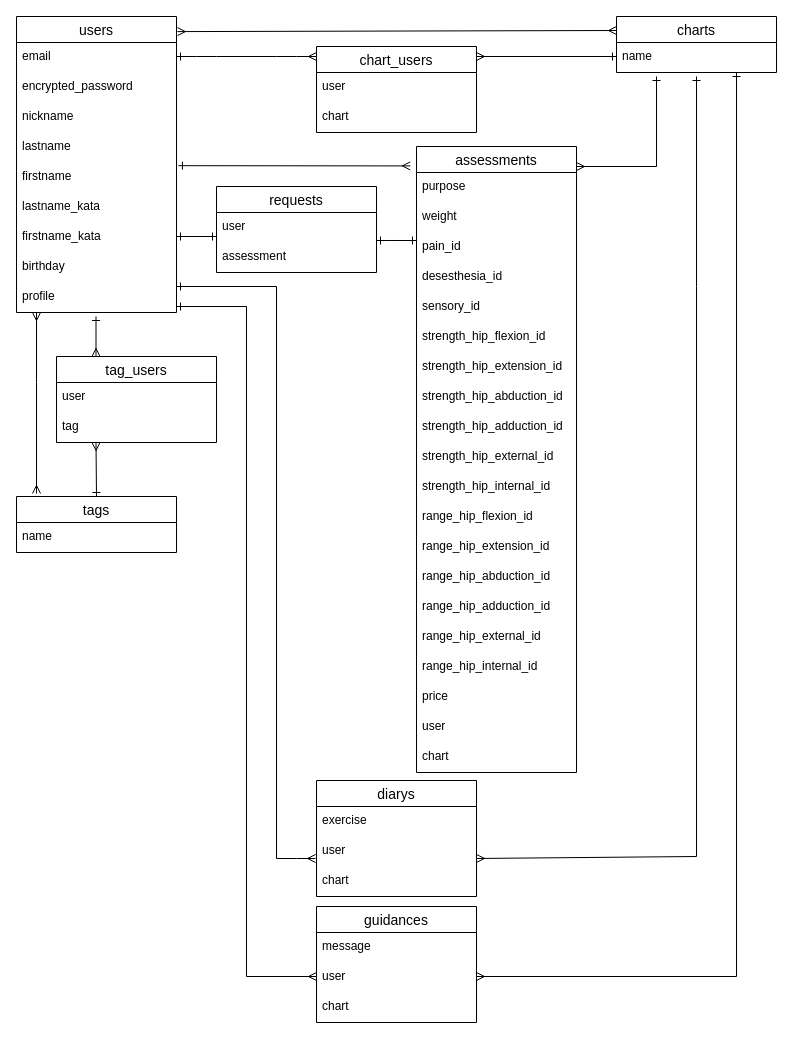
Earlier version of the draw.io diagram DBdesign.dio (kokmraoi/physical-plan). Source tidied: cells renumbered, new cells numbered last; positions are measured from the earlier drawing's top-left corner, leaving out a move shared by most shapes. Both pictures are drawn from the tidied source at 100%, with x=0, y=0 at pixel (16, 16).
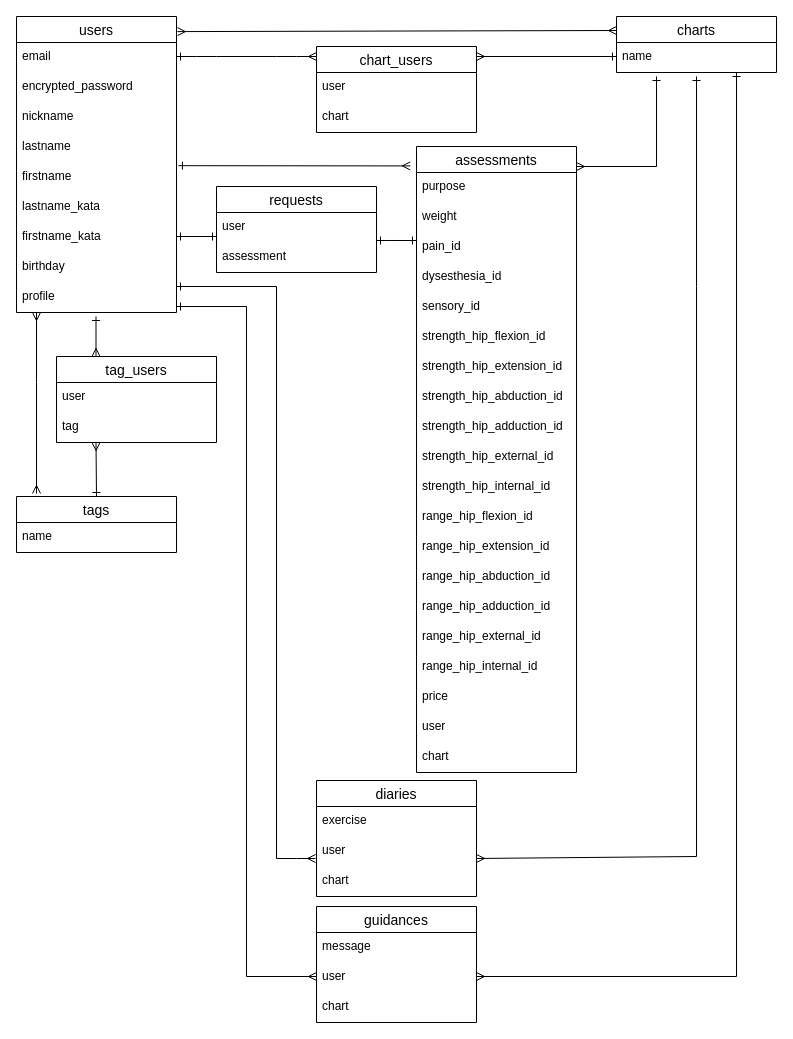
The same page after the edit.

Commit message (it also covers changes not shown here):
スペルミスの修正

Unchanged cells that the change refers to:
```xml
<mxCell id="14" value="assessments" style="swimlane;fontStyle=0;horizontal=1;startSize=26;align=center;fontSize=14;" parent="1" vertex="1">
  <mxGeometry x="400" y="130" width="160" height="626" as="geometry" />
</mxCell>
```

Diff of the diagram source:
```diff
@@
-    <mxCell id="18" value="desesthesia_id" style="text;strokeColor=none;fillColor=none;spacingLeft=4;spacingRight=4;overflow=hidden;fontSize=12;" parent="14" vertex="1">
+    <mxCell id="18" value="dysesthesia_id" style="text;strokeColor=none;fillColor=none;spacingLeft=4;spacingRight=4;overflow=hidden;fontSize=12;" parent="14" vertex="1">
       <mxGeometry y="116" width="160" height="30" as="geometry" />
     </mxCell>
@@
-    <mxCell id="61" value="diarys" style="swimlane;fontStyle=0;horizontal=1;startSize=26;align=center;fontSize=14;" parent="1" vertex="1">
+    <mxCell id="61" value="diaries" style="swimlane;fontStyle=0;horizontal=1;startSize=26;align=center;fontSize=14;" parent="1" vertex="1">
       <mxGeometry x="300" y="764" width="160" height="116" as="geometry" />
     </mxCell>
```
